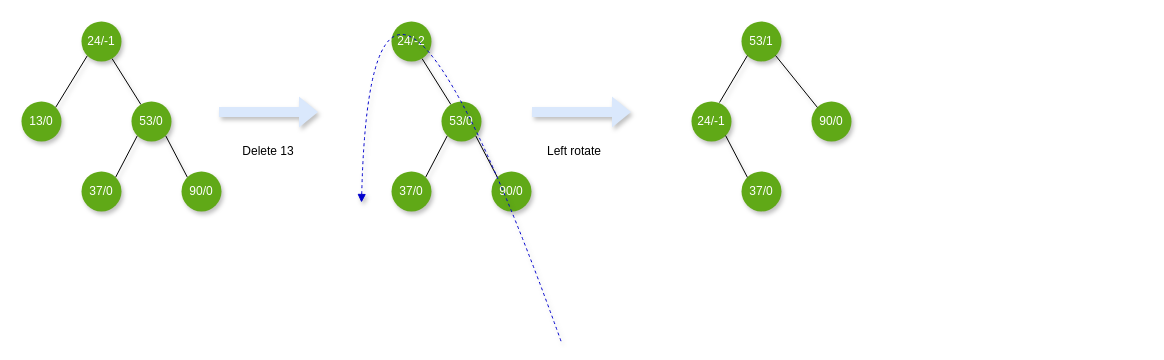
Earlier version of the draw.io diagram pages/programming/data-structure-and-algorithms/bst-avl-red-black.drawio (songtianyi/songtianyi.github.io). Source tidied: cells renumbered, new cells numbered last; positions are measured from the earlier drawing's top-left corner, leaving out a move shared by most shapes. Both pictures are drawn from the tidied source at 100%, with x=0, y=0 at pixel (21, -188).
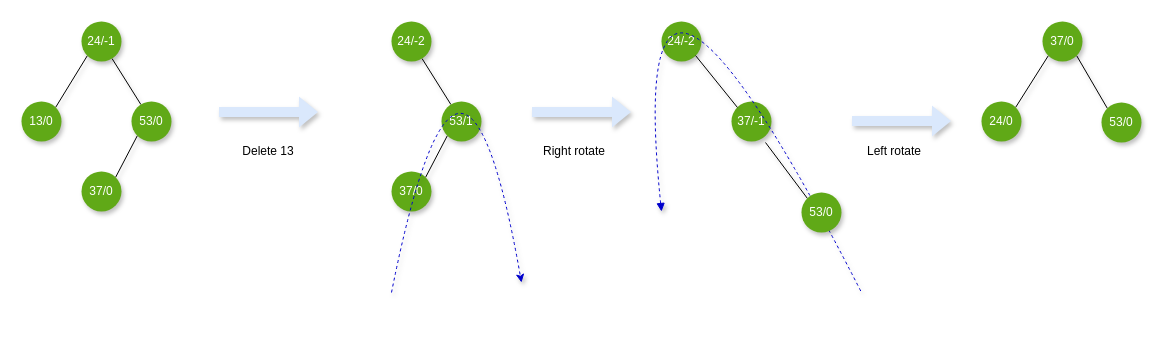
Above is the later version.

Diff of the diagram source:
```diff
@@
-    <mxCell id="1" parent="0" />
+    <mxCell id="30" parent="0" />
-    <mxCell id="2" style="rounded=0;jettySize=auto;html=1;exitX=0;exitY=1;exitDx=0;exitDy=0;entryX=1;entryY=0;entryDx=0;entryDy=0;endArrow=none;endFill=0;shadow=1;fillColor=#60a917;" parent="1" edge="1" source="4" target="5">
+    <mxCell id="2" style="rounded=0;jettySize=auto;html=1;exitX=0;exitY=1;exitDx=0;exitDy=0;entryX=1;entryY=0;entryDx=0;entryDy=0;endArrow=none;endFill=0;shadow=1;fillColor=#60a917;" parent="30" edge="1" source="4" target="5">
       <mxGeometry relative="1" as="geometry" />
     </mxCell>
-    <mxCell id="3" style="edgeStyle=none;rounded=0;jettySize=auto;html=1;shadow=1;startArrow=none;startFill=0;endArrow=none;endFill=0;strokeColor=#000000;" parent="1" edge="1" source="4" target="8">
+    <mxCell id="3" style="edgeStyle=none;rounded=0;jettySize=auto;html=1;shadow=1;startArrow=none;startFill=0;endArrow=none;endFill=0;strokeColor=#000000;" parent="30" edge="1" source="4" target="8">
       <mxGeometry relative="1" as="geometry" />
     </mxCell>
-    <mxCell id="4" value="24/-1" style="ellipse;whiteSpace=wrap;html=1;shadow=1;fillColor=#60a917;fontColor=#ffffff;strokeColor=none;" parent="1" vertex="1">
+    <mxCell id="4" value="24/-1" style="ellipse;whiteSpace=wrap;html=1;shadow=1;fillColor=#60a917;fontColor=#ffffff;strokeColor=none;" parent="30" vertex="1">
       <mxGeometry x="60" y="209" width="40" height="40" as="geometry" />
     </mxCell>
-    <mxCell id="5" value="13/0" style="ellipse;whiteSpace=wrap;html=1;shadow=1;fillColor=#60a917;fontColor=#ffffff;strokeColor=none;" parent="1" vertex="1">
+    <mxCell id="5" value="13/0" style="ellipse;whiteSpace=wrap;html=1;shadow=1;fillColor=#60a917;fontColor=#ffffff;strokeColor=none;" parent="30" vertex="1">
       <mxGeometry y="289" width="40" height="40" as="geometry" />
     </mxCell>
-    <mxCell id="6" style="edgeStyle=none;rounded=0;jettySize=auto;html=1;exitX=1;exitY=1;exitDx=0;exitDy=0;entryX=0;entryY=0;entryDx=0;entryDy=0;shadow=1;startArrow=none;startFill=0;endArrow=none;endFill=0;strokeColor=#000000;" parent="1" edge="1" source="8" target="9">
-      <mxGeometry relative="1" as="geometry" />
-    </mxCell>
-    <mxCell id="7" style="edgeStyle=none;rounded=0;jettySize=auto;html=1;exitX=0;exitY=1;exitDx=0;exitDy=0;entryX=1;entryY=0;entryDx=0;entryDy=0;shadow=1;startArrow=none;startFill=0;endArrow=none;endFill=0;strokeColor=#000000;" parent="1" edge="1" source="8" target="10">
+    <mxCell id="7" style="edgeStyle=none;rounded=0;jettySize=auto;html=1;exitX=0;exitY=1;exitDx=0;exitDy=0;entryX=1;entryY=0;entryDx=0;entryDy=0;shadow=1;startArrow=none;startFill=0;endArrow=none;endFill=0;strokeColor=#000000;" parent="30" edge="1" source="8" target="10">
       <mxGeometry relative="1" as="geometry" />
     </mxCell>
-    <mxCell id="8" value="53/0" style="ellipse;whiteSpace=wrap;html=1;shadow=1;fillColor=#60a917;fontColor=#ffffff;strokeColor=none;" parent="1" vertex="1">
+    <mxCell id="8" value="53/0" style="ellipse;whiteSpace=wrap;html=1;shadow=1;fillColor=#60a917;fontColor=#ffffff;strokeColor=none;" parent="30" vertex="1">
       <mxGeometry x="110" y="289" width="40" height="40" as="geometry" />
     </mxCell>
-    <mxCell id="9" value="90/0" style="ellipse;whiteSpace=wrap;html=1;shadow=1;fillColor=#60a917;fontColor=#ffffff;strokeColor=none;" parent="1" vertex="1">
-      <mxGeometry x="160" y="358.9" width="40" height="40" as="geometry" />
-    </mxCell>
-    <mxCell id="10" value="37/0" style="ellipse;whiteSpace=wrap;html=1;shadow=1;fillColor=#60a917;fontColor=#ffffff;strokeColor=none;" parent="1" vertex="1">
+    <mxCell id="10" value="37/0" style="ellipse;whiteSpace=wrap;html=1;shadow=1;fillColor=#60a917;fontColor=#ffffff;strokeColor=none;" parent="30" vertex="1">
       <mxGeometry x="60" y="358.9" width="40" height="40" as="geometry" />
     </mxCell>
-    <mxCell id="11" style="shape=flexArrow;endArrow=classic;html=1;fillColor=#dae8fc;shadow=1;strokeColor=none;" parent="1" edge="1">
-      <mxGeometry relative="1" as="geometry">
-        <mxPoint x="197" y="299.6" as="sourcePoint" />
-        <mxPoint x="297" y="299.6" as="targetPoint" />
-      </mxGeometry>
-    </mxCell>
-    <mxCell id="12" style="edgeStyle=none;rounded=0;jettySize=auto;html=1;shadow=1;startArrow=none;startFill=0;endArrow=none;endFill=0;strokeColor=#000000;" parent="1" edge="1" source="13" target="16">
-      <mxGeometry relative="1" as="geometry" />
-    </mxCell>
+    <mxCell id="31" style="shape=flexArrow;endArrow=classic;html=1;fillColor=#dae8fc;shadow=1;strokeColor=none;" parent="30" edge="1">
+      <mxGeometry relative="1" as="geometry">
+        <mxPoint x="197" y="299.6" as="sourcePoint" />
+        <mxPoint x="297" y="299.6" as="targetPoint" />
+      </mxGeometry>
+    </mxCell>
+    <mxCell id="32" style="edgeStyle=none;rounded=0;jettySize=auto;html=1;shadow=1;startArrow=none;startFill=0;endArrow=none;endFill=0;strokeColor=#000000;" parent="30" edge="1" source="13" target="21">
+      <mxGeometry relative="1" as="geometry" />
+    </mxCell>
-    <mxCell id="13" value="24/-2" style="ellipse;whiteSpace=wrap;html=1;shadow=1;fillColor=#60a917;fontColor=#ffffff;strokeColor=none;" parent="1" vertex="1">
+    <mxCell id="13" value="24/-2" style="ellipse;whiteSpace=wrap;html=1;shadow=1;fillColor=#60a917;fontColor=#ffffff;strokeColor=none;" parent="30" vertex="1">
       <mxGeometry x="370" y="209" width="40" height="40" as="geometry" />
     </mxCell>
-    <mxCell id="14" style="edgeStyle=none;rounded=0;jettySize=auto;html=1;exitX=1;exitY=1;exitDx=0;exitDy=0;entryX=0;entryY=0;entryDx=0;entryDy=0;shadow=1;startArrow=none;startFill=0;endArrow=none;endFill=0;strokeColor=#000000;" parent="1" edge="1" source="16" target="17">
-      <mxGeometry relative="1" as="geometry" />
-    </mxCell>
-    <mxCell id="15" style="edgeStyle=none;rounded=0;jettySize=auto;html=1;exitX=0;exitY=1;exitDx=0;exitDy=0;entryX=1;entryY=0;entryDx=0;entryDy=0;shadow=1;startArrow=none;startFill=0;endArrow=none;endFill=0;strokeColor=#000000;" parent="1" edge="1" source="16" target="18">
-      <mxGeometry relative="1" as="geometry" />
-    </mxCell>
-    <mxCell id="16" value="53/0" style="ellipse;whiteSpace=wrap;html=1;shadow=1;fillColor=#60a917;fontColor=#ffffff;strokeColor=none;" parent="1" vertex="1">
-      <mxGeometry x="420" y="289" width="40" height="40" as="geometry" />
-    </mxCell>
-    <mxCell id="17" value="90/0" style="ellipse;whiteSpace=wrap;html=1;shadow=1;fillColor=#60a917;fontColor=#ffffff;strokeColor=none;" parent="1" vertex="1">
-      <mxGeometry x="470" y="358.9" width="40" height="40" as="geometry" />
-    </mxCell>
+    <mxCell id="33" style="edgeStyle=none;rounded=0;jettySize=auto;html=1;exitX=0;exitY=1;exitDx=0;exitDy=0;entryX=1;entryY=0;entryDx=0;entryDy=0;shadow=1;startArrow=none;startFill=0;endArrow=none;endFill=0;strokeColor=#000000;" parent="30" edge="1" source="21" target="18">
+      <mxGeometry relative="1" as="geometry" />
+    </mxCell>
+    <mxCell id="21" value="53/1" style="ellipse;whiteSpace=wrap;html=1;shadow=1;fillColor=#60a917;fontColor=#ffffff;strokeColor=none;" parent="30" vertex="1">
+      <mxGeometry x="420" y="289" width="40" height="40" as="geometry" />
+    </mxCell>
-    <mxCell id="18" value="37/0" style="ellipse;whiteSpace=wrap;html=1;shadow=1;fillColor=#60a917;fontColor=#ffffff;strokeColor=none;" parent="1" vertex="1">
+    <mxCell id="18" value="37/0" style="ellipse;whiteSpace=wrap;html=1;shadow=1;fillColor=#60a917;fontColor=#ffffff;strokeColor=none;" parent="30" vertex="1">
       <mxGeometry x="370" y="358.9" width="40" height="40" as="geometry" />
     </mxCell>
-    <mxCell id="19" style="shape=flexArrow;endArrow=classic;html=1;fillColor=#dae8fc;shadow=1;strokeColor=none;" parent="1" edge="1">
-      <mxGeometry relative="1" as="geometry">
-        <mxPoint x="510" y="299.6" as="sourcePoint" />
-        <mxPoint x="610" y="299.6" as="targetPoint" />
-      </mxGeometry>
-    </mxCell>
-    <mxCell id="20" style="curved=1;endArrow=none;html=1;shadow=1;dashed=1;strokeColor=#0000CC;startArrow=block;startFill=1;endFill=0;" parent="1" edge="1">
-      <mxGeometry relative="1" as="geometry">
-        <mxPoint x="340" y="390" as="sourcePoint" />
-        <mxPoint x="540" y="530" as="targetPoint" />
-        <Array as="points">
-          <mxPoint x="350" />
-        </Array>
-      </mxGeometry>
-    </mxCell>
-    <mxCell id="21" value="53/1" style="ellipse;whiteSpace=wrap;html=1;shadow=1;fillColor=#60a917;fontColor=#ffffff;strokeColor=none;" parent="1" vertex="1">
-      <mxGeometry x="720" y="209" width="40" height="40" as="geometry" />
-    </mxCell>
-    <mxCell id="22" value="24/-1" style="ellipse;whiteSpace=wrap;html=1;shadow=1;fillColor=#60a917;fontColor=#ffffff;strokeColor=none;" parent="1" vertex="1">
-      <mxGeometry x="670" y="289" width="40" height="40" as="geometry" />
-    </mxCell>
-    <mxCell id="23" value="90/0" style="ellipse;whiteSpace=wrap;html=1;shadow=1;fillColor=#60a917;fontColor=#ffffff;strokeColor=none;" parent="1" vertex="1">
-      <mxGeometry x="790" y="289" width="40" height="40" as="geometry" />
-    </mxCell>
+    <mxCell id="34" style="shape=flexArrow;endArrow=classic;html=1;fillColor=#dae8fc;shadow=1;strokeColor=none;" parent="30" edge="1">
+      <mxGeometry relative="1" as="geometry">
+        <mxPoint x="510" y="299.6" as="sourcePoint" />
+        <mxPoint x="610" y="299.6" as="targetPoint" />
+      </mxGeometry>
+    </mxCell>
+    <mxCell id="35" style="curved=1;endArrow=classic;html=1;shadow=1;dashed=1;strokeColor=#0000CC;startArrow=none;startFill=0;endFill=1;" parent="30" edge="1">
+      <mxGeometry relative="1" as="geometry">
+        <mxPoint x="370" y="480" as="sourcePoint" />
+        <mxPoint x="500" y="470" as="targetPoint" />
+        <Array as="points">
+          <mxPoint x="440" y="130" />
+        </Array>
+      </mxGeometry>
+    </mxCell>
+    <mxCell id="36" value="24/-2" style="ellipse;whiteSpace=wrap;html=1;shadow=1;fillColor=#60a917;fontColor=#ffffff;strokeColor=none;" parent="30" vertex="1">
+      <mxGeometry x="640" y="209" width="40" height="40" as="geometry" />
+    </mxCell>
+    <mxCell id="37" style="edgeStyle=none;rounded=0;jettySize=auto;html=1;entryX=0;entryY=0;entryDx=0;entryDy=0;shadow=1;startArrow=none;startFill=0;endArrow=none;endFill=0;strokeColor=#000000;" parent="30" edge="1" target="42">
+      <mxGeometry relative="1" as="geometry">
+        <mxPoint x="744" y="330" as="sourcePoint" />
+      </mxGeometry>
+    </mxCell>
+    <mxCell id="38" value="37/-1" style="ellipse;whiteSpace=wrap;html=1;shadow=1;fillColor=#60a917;fontColor=#ffffff;strokeColor=none;" parent="30" vertex="1">
+      <mxGeometry x="710" y="289" width="40" height="40" as="geometry" />
+    </mxCell>
+    <mxCell id="39" style="edgeStyle=none;rounded=0;jettySize=auto;html=1;shadow=1;startArrow=none;startFill=0;endArrow=none;endFill=0;strokeColor=#000000;entryX=0;entryY=0;entryDx=0;entryDy=0;exitX=1;exitY=1;exitDx=0;exitDy=0;" parent="30" edge="1" source="36" target="38">
+      <mxGeometry relative="1" as="geometry" />
+    </mxCell>
+    <mxCell id="28" value="Delete 13" style="text;html=1;strokeColor=none;fillColor=none;align=center;verticalAlign=middle;whiteSpace=wrap;rounded=0;" parent="30" vertex="1">
+      <mxGeometry x="214" y="329" width="66" height="20" as="geometry" />
+    </mxCell>
+    <mxCell id="40" value="Right rotate" style="text;html=1;strokeColor=none;fillColor=none;align=center;verticalAlign=middle;whiteSpace=wrap;rounded=0;" parent="30" vertex="1">
+      <mxGeometry x="520" y="329" width="66" height="20" as="geometry" />
+    </mxCell>
+    <mxCell id="41" style="curved=1;endArrow=none;html=1;shadow=1;dashed=1;strokeColor=#0000CC;startArrow=block;startFill=1;endFill=0;" parent="30" edge="1">
+      <mxGeometry relative="1" as="geometry">
+        <mxPoint x="640" y="399" as="sourcePoint" />
+        <mxPoint x="840" y="480" as="targetPoint" />
+        <Array as="points">
+          <mxPoint x="600" y="10" />
+        </Array>
+      </mxGeometry>
+    </mxCell>
+    <mxCell id="42" value="53/0" style="ellipse;whiteSpace=wrap;html=1;shadow=1;fillColor=#60a917;fontColor=#ffffff;strokeColor=none;" parent="30" vertex="1">
+      <mxGeometry x="780" y="380" width="40" height="40" as="geometry" />
+    </mxCell>
+    <mxCell id="43" style="shape=flexArrow;endArrow=classic;html=1;fillColor=#dae8fc;shadow=1;strokeColor=none;" parent="30" edge="1">
+      <mxGeometry relative="1" as="geometry">
+        <mxPoint x="830" y="308.5" as="sourcePoint" />
+        <mxPoint x="930" y="308.5" as="targetPoint" />
+      </mxGeometry>
+    </mxCell>
+    <mxCell id="29" value="Left rotate" style="text;html=1;strokeColor=none;fillColor=none;align=center;verticalAlign=middle;whiteSpace=wrap;rounded=0;" parent="30" vertex="1">
+      <mxGeometry x="840" y="329" width="66" height="20" as="geometry" />
+    </mxCell>
+    <mxCell id="44" style="edgeStyle=none;rounded=0;jettySize=auto;html=1;exitX=0;exitY=1;exitDx=0;exitDy=0;shadow=1;startArrow=none;startFill=0;endArrow=none;endFill=0;strokeColor=#000000;entryX=1;entryY=0;entryDx=0;entryDy=0;" parent="30" edge="1" source="24" target="46">
+      <mxGeometry relative="1" as="geometry" />
+    </mxCell>
+    <mxCell id="45" style="edgeStyle=none;rounded=0;jettySize=auto;html=1;exitX=1;exitY=1;exitDx=0;exitDy=0;entryX=0;entryY=0;entryDx=0;entryDy=0;shadow=1;startArrow=none;startFill=0;endArrow=none;endFill=0;strokeColor=#000000;" parent="30" edge="1" source="24" target="47">
+      <mxGeometry relative="1" as="geometry" />
+    </mxCell>
-    <mxCell id="24" value="37/0" style="ellipse;whiteSpace=wrap;html=1;shadow=1;fillColor=#60a917;fontColor=#ffffff;strokeColor=none;" parent="1" vertex="1">
-      <mxGeometry x="720" y="358.9" width="40" height="40" as="geometry" />
+    <mxCell id="24" value="37/0" style="ellipse;whiteSpace=wrap;html=1;shadow=1;fillColor=#60a917;fontColor=#ffffff;strokeColor=none;" parent="30" vertex="1">
+      <mxGeometry x="1021" y="209" width="40" height="40" as="geometry" />
     </mxCell>
-    <mxCell id="25" style="edgeStyle=none;rounded=0;jettySize=auto;html=1;shadow=1;startArrow=none;startFill=0;endArrow=none;endFill=0;strokeColor=#000000;entryX=0;entryY=0;entryDx=0;entryDy=0;exitX=1;exitY=1;exitDx=0;exitDy=0;" parent="1" edge="1" source="21" target="23">
-      <mxGeometry relative="1" as="geometry" />
-    </mxCell>
-    <mxCell id="26" style="edgeStyle=none;rounded=0;jettySize=auto;html=1;exitX=0;exitY=1;exitDx=0;exitDy=0;entryX=0.7;entryY=0.025;entryDx=0;entryDy=0;shadow=1;startArrow=none;startFill=0;endArrow=none;endFill=0;strokeColor=#000000;entryPerimeter=0;" parent="1" edge="1" source="21" target="22">
-      <mxGeometry relative="1" as="geometry" />
-    </mxCell>
-    <mxCell id="27" style="edgeStyle=none;rounded=0;jettySize=auto;html=1;shadow=1;startArrow=none;startFill=0;endArrow=none;endFill=0;strokeColor=#000000;entryX=0;entryY=0;entryDx=0;entryDy=0;exitX=1;exitY=1;exitDx=0;exitDy=0;" parent="1" edge="1" source="22" target="24">
-      <mxGeometry relative="1" as="geometry" />
-    </mxCell>
-    <mxCell id="28" value="Delete 13" style="text;html=1;strokeColor=none;fillColor=none;align=center;verticalAlign=middle;whiteSpace=wrap;rounded=0;" parent="1" vertex="1">
-      <mxGeometry x="214" y="329" width="66" height="20" as="geometry" />
-    </mxCell>
-    <mxCell id="29" value="Left rotate" style="text;html=1;strokeColor=none;fillColor=none;align=center;verticalAlign=middle;whiteSpace=wrap;rounded=0;" parent="1" vertex="1">
-      <mxGeometry x="520" y="329" width="66" height="20" as="geometry" />
-    </mxCell>
+    <mxCell id="46" value="24/0" style="ellipse;whiteSpace=wrap;html=1;shadow=1;fillColor=#60a917;fontColor=#ffffff;strokeColor=none;" parent="30" vertex="1">
+      <mxGeometry x="960" y="289" width="40" height="40" as="geometry" />
+    </mxCell>
+    <mxCell id="47" value="53/0" style="ellipse;whiteSpace=wrap;html=1;shadow=1;fillColor=#60a917;fontColor=#ffffff;strokeColor=none;" parent="30" vertex="1">
+      <mxGeometry x="1080" y="290" width="40" height="40" as="geometry" />
+    </mxCell>
```
